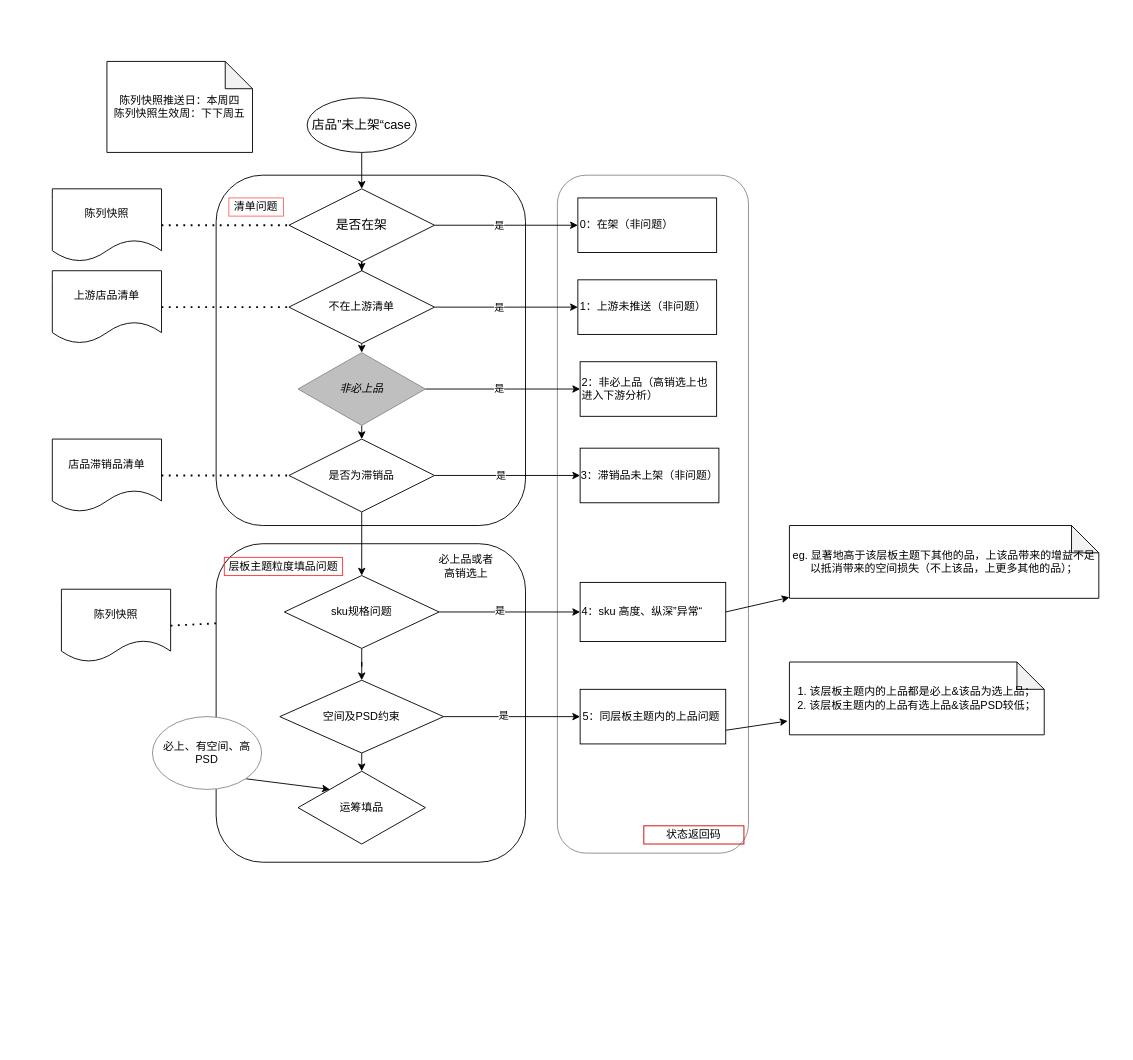
This is case分析.drawio from chunhuizhang/bilibili_vlogs, a draw.io file, before an edit. Source tidied: cells renumbered, new cells numbered last; positions are measured from the earlier drawing's top-left corner, leaving out a move shared by most shapes. Both pictures are drawn from the tidied source at 91%, with x=0, y=0 at pixel (52, 61).
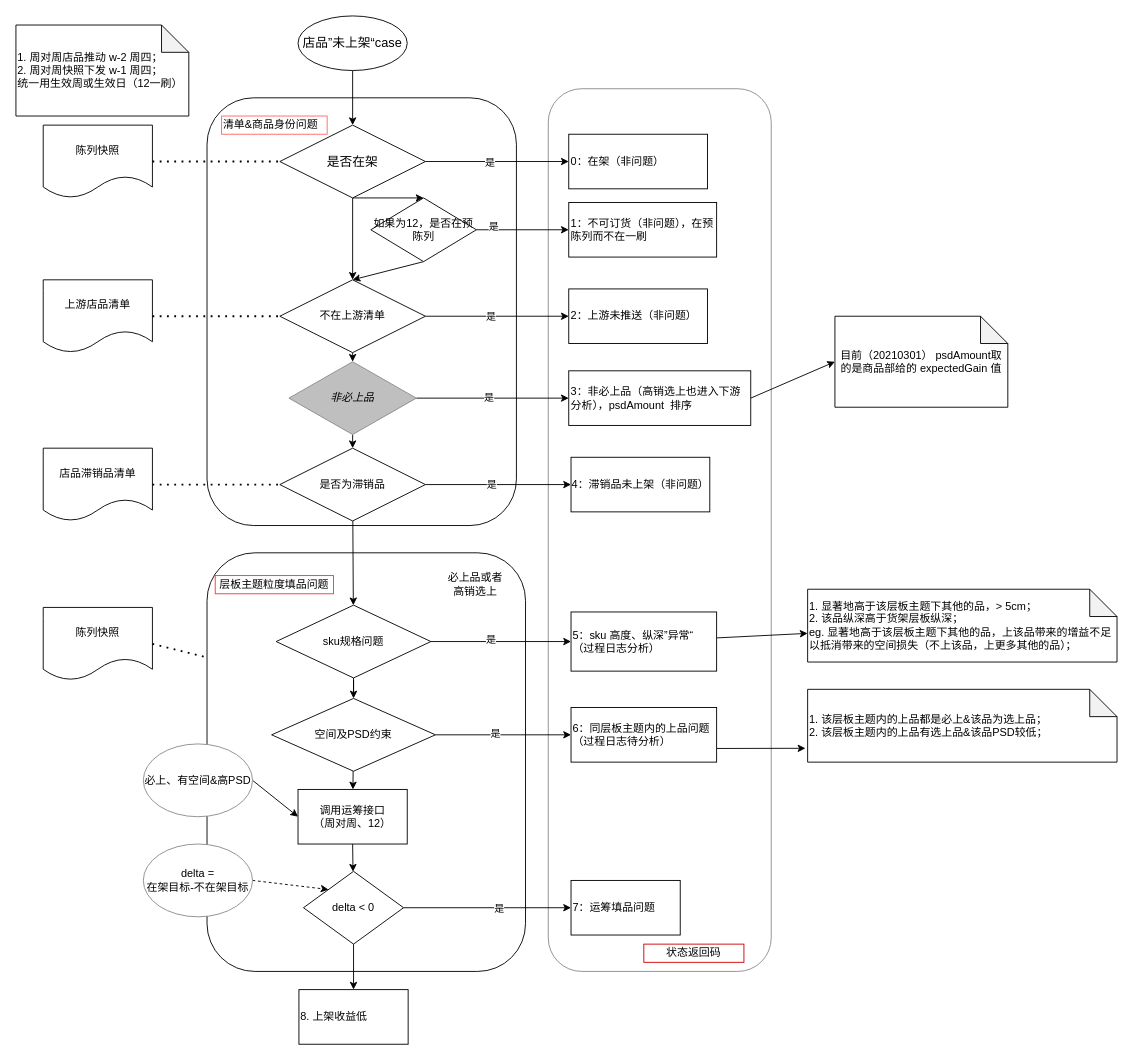
The same page after the edit.

The change refers to these unchanged cells:
```xml
<mxCell id="13" style="edgeStyle=orthogonalEdgeStyle;rounded=0;jettySize=auto;html=1;" parent="1" edge="1" source="16" target="18">
  <mxGeometry relative="1" as="geometry" />
</mxCell>
```

Change to the diagram source:
```diff
@@
     <mxCell id="2" style="rounded=1;whiteSpace=wrap;html=1;strokeColor=#8A8A8A;fillColor=#FFFFFF;" parent="1" vertex="1">
-      <mxGeometry x="555" y="125" width="210" height="745" as="geometry" />
+      <mxGeometry x="545" y="30" width="245" height="970" as="geometry" />
     </mxCell>
     <mxCell id="3" style="rounded=1;whiteSpace=wrap;html=1;" parent="1" vertex="1">
-      <mxGeometry x="180" y="125" width="340" height="385" as="geometry" />
+      <mxGeometry x="170" y="40" width="340" height="470" as="geometry" />
     </mxCell>
     <mxCell id="4" style="rounded=1;whiteSpace=wrap;html=1;" parent="1" vertex="1">
-      <mxGeometry x="180" y="530" width="340" height="350" as="geometry" />
+      <mxGeometry x="170" y="540" width="350" height="460" as="geometry" />
     </mxCell>
@@
     <mxCell id="6" value="&lt;font style=&quot;font-size: 14px&quot;&gt;店品”未上架“case&lt;/font&gt;" style="ellipse;whiteSpace=wrap;html=1;" parent="1" vertex="1">
-      <mxGeometry x="280" y="40" width="120" height="60" as="geometry" />
+      <mxGeometry x="270" y="-50" width="120" height="60" as="geometry" />
     </mxCell>
@@
+    <mxCell id="58" style="edgeStyle=none;rounded=0;jettySize=auto;html=1;exitX=0.5;exitY=1;exitDx=0;exitDy=0;entryX=0.5;entryY=0;entryDx=0;entryDy=0;" parent="1" edge="1" source="10" target="76">
+      <mxGeometry relative="1" as="geometry" />
+    </mxCell>
     <mxCell id="10" value="&lt;font style=&quot;font-size: 14px&quot;&gt;是否在架&lt;/font&gt;" style="rhombus;whiteSpace=wrap;html=1;" parent="1" vertex="1">
-      <mxGeometry x="260" y="140" width="160" height="80" as="geometry" />
+      <mxGeometry x="250" y="70" width="160" height="80" as="geometry" />
     </mxCell>
-    <mxCell id="11" value="陈列快照推送日：本周四&lt;br&gt;陈列快照生效周：下下周五" style="shape=note;whiteSpace=wrap;html=1;backgroundOutline=1;darkOpacity=0.05;" parent="1" vertex="1">
-      <mxGeometry x="60" width="160" height="100" as="geometry" />
+    <mxCell id="11" value="1. 周对周店品推动 w-2 周四；&lt;br&gt;2. 周对周快照下发 w-1 周四；&lt;br&gt;统一用生效周或生效日（12一刷）&amp;nbsp;" style="shape=note;whiteSpace=wrap;html=1;backgroundOutline=1;darkOpacity=0.05;align=left;" parent="1" vertex="1">
+      <mxGeometry x="-40" y="-40" width="190" height="100" as="geometry" />
     </mxCell>
-    <mxCell id="12" value="清单问题" style="text;html=1;strokeColor=#FF6666;fillColor=none;align=center;verticalAlign=middle;whiteSpace=wrap;rounded=0;" parent="1" vertex="1">
-      <mxGeometry x="194" y="150" width="60" height="20" as="geometry" />
+    <mxCell id="12" value="清单&amp;amp;商品身份问题" style="text;html=1;strokeColor=#FF6666;fillColor=none;align=left;verticalAlign=middle;whiteSpace=wrap;rounded=0;" parent="1" vertex="1">
+      <mxGeometry x="186" y="60" width="116" height="20" as="geometry" />
     </mxCell>
@@
     <mxCell id="14" value="是" style="edgeLabel;html=1;align=center;verticalAlign=middle;" parent="13" vertex="1">
       <mxGeometry x="-0.18" y="3" relative="1" as="geometry">
-        <mxPoint x="5" y="3" as="offset" />
+        <mxPoint x="6" y="3" as="offset" />
       </mxGeometry>
     </mxCell>
@@
     <mxCell id="16" value="不在上游清单" style="rhombus;whiteSpace=wrap;html=1;" parent="1" vertex="1">
-      <mxGeometry x="260" y="230" width="160" height="80" as="geometry" />
+      <mxGeometry x="250" y="240" width="160" height="80" as="geometry" />
     </mxCell>
     <mxCell id="17" value="0：在架（非问题）" style="whiteSpace=wrap;html=1;align=left;" parent="1" vertex="1">
-      <mxGeometry x="577.5" y="150" width="152.5" height="60" as="geometry" />
+      <mxGeometry x="567.5" y="80" width="152.5" height="60" as="geometry" />
     </mxCell>
-    <mxCell id="18" value="1：上游未推送（非问题）" style="whiteSpace=wrap;html=1;align=left;" parent="1" vertex="1">
-      <mxGeometry x="577.5" y="240" width="152.5" height="60" as="geometry" />
+    <mxCell id="18" value="2：上游未推送（非问题）" style="whiteSpace=wrap;html=1;align=left;" parent="1" vertex="1">
+      <mxGeometry x="567.5" y="250" width="152.5" height="60" as="geometry" />
     </mxCell>
@@
     <mxCell id="22" value="是否为滞销品" style="rhombus;whiteSpace=wrap;html=1;" parent="1" vertex="1">
-      <mxGeometry x="260" y="415" width="160" height="80" as="geometry" />
+      <mxGeometry x="250" y="425" width="160" height="80" as="geometry" />
     </mxCell>
-    <mxCell id="23" value="3：滞销品未上架（非问题）" style="whiteSpace=wrap;html=1;" parent="1" vertex="1">
-      <mxGeometry x="580" y="425" width="152.5" height="60" as="geometry" />
+    <mxCell id="23" value="4：滞销品未上架（非问题）" style="whiteSpace=wrap;html=1;" parent="1" vertex="1">
+      <mxGeometry x="570" y="435" width="152.5" height="60" as="geometry" />
     </mxCell>
@@
     <mxCell id="27" value="sku规格问题" style="rhombus;whiteSpace=wrap;html=1;" parent="1" vertex="1">
-      <mxGeometry x="255" y="565" width="170" height="80" as="geometry" />
+      <mxGeometry x="246" y="597.5" width="170" height="80" as="geometry" />
     </mxCell>
     <mxCell id="28" value="层板主题粒度填品问题" style="text;html=1;strokeColor=#FF3333;fillColor=none;align=center;verticalAlign=middle;whiteSpace=wrap;rounded=0;" parent="1" vertex="1">
-      <mxGeometry x="189" y="545" width="130" height="20" as="geometry" />
+      <mxGeometry x="179" y="565" width="130" height="20" as="geometry" />
     </mxCell>
@@
-    <mxCell id="31" style="edgeStyle=none;rounded=0;jumpStyle=gap;jettySize=auto;html=1;" parent="1" edge="1" source="32" target="46">
-      <mxGeometry relative="1" as="geometry" />
-    </mxCell>
+    <mxCell id="59" style="edgeStyle=none;rounded=0;jettySize=auto;html=1;" parent="1" edge="1" source="32" target="70">
+      <mxGeometry relative="1" as="geometry" />
+    </mxCell>
     <mxCell id="32" value="空间及PSD约束" style="rhombus;whiteSpace=wrap;html=1;" parent="1" vertex="1">
-      <mxGeometry x="250" y="680" width="180" height="80" as="geometry" />
+      <mxGeometry x="241" y="700" width="180" height="80" as="geometry" />
     </mxCell>
-    <mxCell id="33" style="rounded=0;jettySize=auto;html=1;exitX=1;exitY=0.5;exitDx=0;exitDy=0;jumpStyle=gap;" parent="1" edge="1" source="34" target="38">
+    <mxCell id="33" style="edgeStyle=none;rounded=0;jettySize=auto;html=1;" parent="1" edge="1" source="34" target="38">
       <mxGeometry relative="1" as="geometry" />
     </mxCell>
-    <mxCell id="34" value="4：sku 高度、纵深”异常“" style="whiteSpace=wrap;html=1;align=left;" parent="1" vertex="1">
-      <mxGeometry x="580" y="572.5" width="160" height="65" as="geometry" />
+    <mxCell id="34" value="5：sku 高度、纵深”异常“&lt;br&gt;（过程日志分析）" style="whiteSpace=wrap;html=1;align=left;" parent="1" vertex="1">
+      <mxGeometry x="570" y="605" width="160" height="65" as="geometry" />
     </mxCell>
@@
-    <mxCell id="36" value="5：同层板主题内的上品问题&amp;nbsp;" style="whiteSpace=wrap;html=1;" parent="1" vertex="1">
-      <mxGeometry x="580" y="690" width="160" height="60" as="geometry" />
+    <mxCell id="36" value="6：同层板主题内的上品问题&amp;nbsp;&lt;br&gt;（过程日志待分析）" style="whiteSpace=wrap;html=1;align=left;" parent="1" vertex="1">
+      <mxGeometry x="570" y="710" width="160" height="60" as="geometry" />
     </mxCell>
@@
-    <mxCell id="38" value="eg. 显著地高于该层板主题下其他的品，上该品带来的增益不足以抵消带来的空间损失（不上该品，上更多其他的品）；" style="shape=note;whiteSpace=wrap;html=1;backgroundOutline=1;darkOpacity=0.05;" parent="1" vertex="1">
-      <mxGeometry x="810" y="510" width="340" height="80" as="geometry" />
+    <mxCell id="38" value="1. 显著地高于该层板主题下其他的品，&amp;gt; 5cm；&lt;br&gt;2. 该品纵深高于货架层板纵深；&lt;br&gt;eg. 显著地高于该层板主题下其他的品，上该品带来的增益不足以抵消带来的空间损失（不上该品，上更多其他的品）；" style="shape=note;whiteSpace=wrap;html=1;backgroundOutline=1;darkOpacity=0.05;align=left;" parent="1" vertex="1">
+      <mxGeometry x="830" y="580" width="340" height="80" as="geometry" />
     </mxCell>
-    <mxCell id="39" value="1. 该层板主题内的上品都是必上&amp;amp;该品为选上品；&lt;br&gt;2. 该层板主题内的上品有选上品&amp;amp;该品PSD较低；" style="shape=note;whiteSpace=wrap;html=1;backgroundOutline=1;darkOpacity=0.05;" parent="1" vertex="1">
-      <mxGeometry x="810" y="660" width="280" height="80" as="geometry" />
+    <mxCell id="39" value="1. 该层板主题内的上品都是必上&amp;amp;该品为选上品；&lt;br&gt;2. 该层板主题内的上品有选上品&amp;amp;该品PSD较低；" style="shape=note;whiteSpace=wrap;html=1;backgroundOutline=1;darkOpacity=0.05;align=left;" parent="1" vertex="1">
+      <mxGeometry x="830" y="690" width="340" height="80" as="geometry" />
     </mxCell>
@@
     <mxCell id="43" value="&lt;i&gt;非必上品&lt;/i&gt;" style="rhombus;whiteSpace=wrap;html=1;strokeColor=#8A8A8A;fillColor=#BFBFBF;" parent="1" vertex="1">
-      <mxGeometry x="270" y="320" width="140" height="80" as="geometry" />
+      <mxGeometry x="260" y="330" width="140" height="80" as="geometry" />
     </mxCell>
+    <mxCell id="60" style="edgeStyle=none;rounded=0;jettySize=auto;html=1;exitX=1;exitY=0.5;exitDx=0;exitDy=0;entryX=0;entryY=0.5;entryDx=0;entryDy=0;entryPerimeter=0;" parent="1" edge="1" source="44" target="78">
+      <mxGeometry relative="1" as="geometry" />
+    </mxCell>
-    <mxCell id="44" value="2：非必上品（高销选上也进入下游分析）" style="whiteSpace=wrap;html=1;align=left;" parent="1" vertex="1">
-      <mxGeometry x="580" y="330" width="150" height="60" as="geometry" />
+    <mxCell id="44" value="3：非必上品（高销选上也进入下游分析），psdAmount&amp;nbsp; 排序" style="whiteSpace=wrap;html=1;align=left;" parent="1" vertex="1">
+      <mxGeometry x="567.5" y="340" width="200" height="60" as="geometry" />
     </mxCell>
     <mxCell id="45" value="必上品或者高销选上" style="text;html=1;strokeColor=none;fillColor=none;align=center;verticalAlign=middle;whiteSpace=wrap;rounded=0;" parent="1" vertex="1">
-      <mxGeometry x="420" y="545" width="70" height="20" as="geometry" />
+      <mxGeometry x="430" y="565" width="70" height="20" as="geometry" />
     </mxCell>
-    <mxCell id="46" value="运筹填品" style="rhombus;whiteSpace=wrap;html=1;" parent="1" vertex="1">
-      <mxGeometry x="270" y="780" width="140" height="80" as="geometry" />
-    </mxCell>
-    <mxCell id="47" style="edgeStyle=none;rounded=0;jumpStyle=gap;jettySize=auto;html=1;exitX=1;exitY=1;exitDx=0;exitDy=0;entryX=0;entryY=0;entryDx=0;entryDy=0;" parent="1" edge="1" source="48" target="46">
-      <mxGeometry relative="1" as="geometry" />
-    </mxCell>
+    <mxCell id="61" style="edgeStyle=none;rounded=0;jettySize=auto;html=1;exitX=1;exitY=0.5;exitDx=0;exitDy=0;entryX=0;entryY=0.5;entryDx=0;entryDy=0;" parent="1" edge="1" source="48" target="70">
+      <mxGeometry relative="1" as="geometry" />
+    </mxCell>
-    <mxCell id="48" value="必上、有空间、高PSD" style="ellipse;whiteSpace=wrap;html=1;strokeColor=#8A8A8A;fillColor=#FFFFFF;" parent="1" vertex="1">
-      <mxGeometry x="110" y="720" width="120" height="80" as="geometry" />
+    <mxCell id="48" value="必上、有空间&amp;amp;高PSD" style="ellipse;whiteSpace=wrap;html=1;strokeColor=#8A8A8A;fillColor=#FFFFFF;" parent="1" vertex="1">
+      <mxGeometry x="100" y="750" width="120" height="80" as="geometry" />
     </mxCell>
     <mxCell id="49" value="状态返回码" style="text;html=1;strokeColor=#CC0000;fillColor=none;align=center;verticalAlign=middle;whiteSpace=wrap;rounded=0;" parent="1" vertex="1">
-      <mxGeometry x="650" y="840" width="110" height="20" as="geometry" />
+      <mxGeometry x="650" y="970" width="110" height="20" as="geometry" />
     </mxCell>
     <mxCell id="50" value="陈列快照" style="shape=document;whiteSpace=wrap;html=1;boundedLbl=1;strokeColor=#000000;fillColor=#FFFFFF;" parent="1" vertex="1">
-      <mxGeometry y="140" width="120" height="80" as="geometry" />
+      <mxGeometry x="-10" y="70" width="120" height="80" as="geometry" />
     </mxCell>
     <mxCell id="51" value="上游店品清单" style="shape=document;whiteSpace=wrap;html=1;boundedLbl=1;strokeColor=#000000;fillColor=#FFFFFF;" parent="1" vertex="1">
-      <mxGeometry y="230" width="120" height="80" as="geometry" />
+      <mxGeometry x="-10" y="240" width="120" height="80" as="geometry" />
     </mxCell>
     <mxCell id="52" value="店品滞销品清单" style="shape=document;whiteSpace=wrap;html=1;boundedLbl=1;strokeColor=#000000;fillColor=#FFFFFF;" parent="1" vertex="1">
-      <mxGeometry y="415" width="120" height="80" as="geometry" />
+      <mxGeometry x="-10" y="425" width="120" height="80" as="geometry" />
     </mxCell>
     <mxCell id="53" value="陈列快照" style="shape=document;whiteSpace=wrap;html=1;boundedLbl=1;strokeColor=#000000;fillColor=#FFFFFF;" parent="1" vertex="1">
-      <mxGeometry x="10" y="580" width="120" height="80" as="geometry" />
+      <mxGeometry x="-10" y="600" width="120" height="80" as="geometry" />
     </mxCell>
@@
+    <mxCell id="62" style="edgeStyle=none;rounded=0;jettySize=auto;html=1;" parent="1" edge="1" source="65" target="68">
+      <mxGeometry relative="1" as="geometry" />
+    </mxCell>
+    <mxCell id="63" value="是" style="edgeLabel;html=1;align=center;verticalAlign=middle;" parent="62" vertex="1">
+      <mxGeometry x="-0.12" y="2" relative="1" as="geometry">
+        <mxPoint x="23" y="2" as="offset" />
+      </mxGeometry>
+    </mxCell>
+    <mxCell id="64" style="edgeStyle=none;rounded=0;jettySize=auto;html=1;" parent="1" edge="1" source="65" target="72">
+      <mxGeometry relative="1" as="geometry" />
+    </mxCell>
+    <mxCell id="65" value="delta &amp;lt; 0" style="rhombus;whiteSpace=wrap;html=1;" parent="1" vertex="1">
+      <mxGeometry x="276" y="890" width="110" height="80" as="geometry" />
+    </mxCell>
+    <mxCell id="66" style="rounded=0;jettySize=auto;html=1;exitX=1;exitY=0.5;exitDx=0;exitDy=0;entryX=0;entryY=0;entryDx=0;entryDy=0;dashed=1;" parent="1" edge="1" source="67" target="65">
+      <mxGeometry relative="1" as="geometry" />
+    </mxCell>
+    <mxCell id="67" value="delta = &lt;br&gt;在架目标-不在架目标" style="ellipse;whiteSpace=wrap;html=1;strokeColor=#8A8A8A;fillColor=#FFFFFF;" parent="1" vertex="1">
+      <mxGeometry x="100" y="860" width="120" height="80" as="geometry" />
+    </mxCell>
+    <mxCell id="68" value="7：运筹填品问题" style="whiteSpace=wrap;html=1;align=left;" parent="1" vertex="1">
+      <mxGeometry x="570" y="900" width="120" height="60" as="geometry" />
+    </mxCell>
+    <mxCell id="69" style="edgeStyle=none;rounded=0;jettySize=auto;html=1;exitX=0.5;exitY=1;exitDx=0;exitDy=0;" parent="1" edge="1" source="70" target="65">
+      <mxGeometry relative="1" as="geometry" />
+    </mxCell>
+    <mxCell id="70" value="调用运筹接口&lt;br&gt;（周对周、12）" style="rounded=0;whiteSpace=wrap;html=1;" parent="1" vertex="1">
+      <mxGeometry x="270" y="800" width="120" height="60" as="geometry" />
+    </mxCell>
+    <mxCell id="71" style="edgeStyle=none;rounded=0;orthogonalLoop=1;jettySize=auto;html=1;exitX=0.75;exitY=0;exitDx=0;exitDy=0;" parent="1" edge="1" source="4" target="4">
+      <mxGeometry relative="1" as="geometry" />
+    </mxCell>
+    <mxCell id="72" value="8. 上架收益低" style="whiteSpace=wrap;html=1;align=left;" parent="1" vertex="1">
+      <mxGeometry x="271" y="1020" width="120" height="60" as="geometry" />
+    </mxCell>
+    <mxCell id="73" style="edgeStyle=none;rounded=0;jettySize=auto;html=1;exitX=0.5;exitY=1;exitDx=0;exitDy=0;" parent="1" edge="1" source="76">
+      <mxGeometry relative="1" as="geometry">
+        <mxPoint x="330" y="240" as="targetPoint" />
+      </mxGeometry>
+    </mxCell>
+    <mxCell id="74" style="edgeStyle=none;rounded=0;jettySize=auto;html=1;exitX=1;exitY=0.5;exitDx=0;exitDy=0;entryX=0;entryY=0.5;entryDx=0;entryDy=0;" parent="1" edge="1" source="76" target="77">
+      <mxGeometry relative="1" as="geometry" />
+    </mxCell>
+    <mxCell id="75" value="是" style="edgeLabel;html=1;align=center;verticalAlign=middle;" parent="74" vertex="1">
+      <mxGeometry x="-0.3" y="4" relative="1" as="geometry">
+        <mxPoint x="-18" as="offset" />
+      </mxGeometry>
+    </mxCell>
+    <mxCell id="76" value="如果为12，是否在预陈列" style="rhombus;whiteSpace=wrap;html=1;" parent="1" vertex="1">
+      <mxGeometry x="350" y="150" width="116" height="70" as="geometry" />
+    </mxCell>
+    <mxCell id="77" value="1：不可订货（非问题），在预陈列而不在一刷" style="whiteSpace=wrap;html=1;align=left;" parent="1" vertex="1">
+      <mxGeometry x="567.5" y="155" width="162.5" height="60" as="geometry" />
+    </mxCell>
+    <mxCell id="78" value="目前（20210301） psdAmount取的是商品部给的 expectedGain 值" style="shape=note;whiteSpace=wrap;html=1;backgroundOutline=1;darkOpacity=0.05;" parent="1" vertex="1">
+      <mxGeometry x="860" y="280" width="190" height="100" as="geometry" />
+    </mxCell>
```
